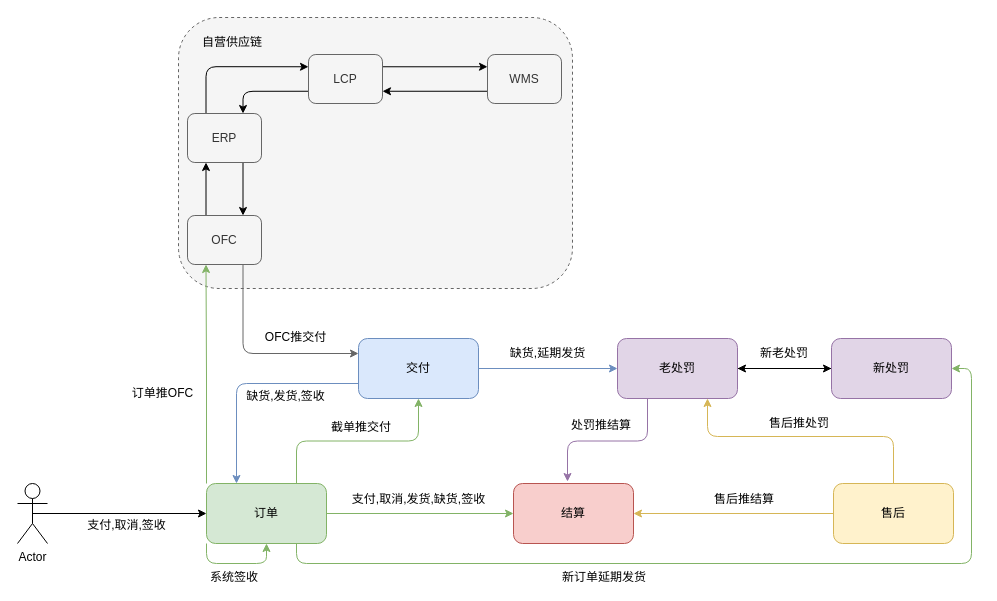
The draw.io diagram 稽核链路.drawio in mingtian110/pc_home, before the edit. Source tidied: cells renumbered, new cells numbered last; positions are measured from the earlier drawing's top-left corner, leaving out a move shared by most shapes. Both pictures are drawn from the tidied source at 100%, with x=0, y=0 at pixel (17, 17).
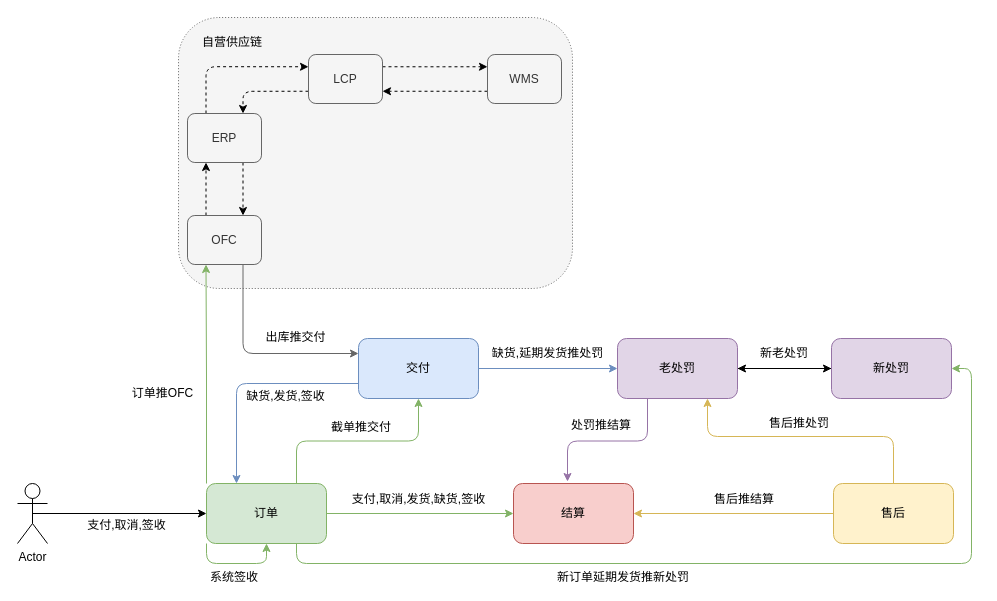
After the change.

Commit message:
更新稽核链路.drawio

Unchanged cells that the change refers to:
```xml
<mxCell id="31" value="OFC" style="whiteSpace=wrap;html=1;fillColor=#f5f5f5;strokeColor=#666666;fontColor=#333333;rounded=1;" parent="1" vertex="1">
  <mxGeometry x="170" y="198" width="74" height="49" as="geometry" />
</mxCell>
<mxCell id="34" value="ERP" style="whiteSpace=wrap;html=1;fillColor=#f5f5f5;strokeColor=#666666;fontColor=#333333;rounded=1;" parent="1" vertex="1">
  <mxGeometry x="170" y="96" width="74" height="49" as="geometry" />
</mxCell>
<mxCell id="37" value="LCP" style="whiteSpace=wrap;html=1;fillColor=#f5f5f5;strokeColor=#666666;fontColor=#333333;rounded=1;" parent="1" vertex="1">
  <mxGeometry x="291" y="37" width="74" height="49" as="geometry" />
</mxCell>
<mxCell id="39" value="WMS" style="whiteSpace=wrap;html=1;fillColor=#f5f5f5;strokeColor=#666666;fontColor=#333333;rounded=1;" parent="1" vertex="1">
  <mxGeometry x="470" y="37" width="74" height="49" as="geometry" />
</mxCell>
```

Diff of the diagram source:
```diff
@@
-    <mxCell id="2" style="whiteSpace=wrap;html=1;shadow=0;dashed=1;fillColor=#f5f5f5;strokeColor=#666666;fontColor=#333333;rounded=1;" parent="1" vertex="1">
+    <mxCell id="2" style="whiteSpace=wrap;html=1;shadow=0;dashed=1;fillColor=#f5f5f5;strokeColor=#666666;fontColor=#333333;rounded=1;dashPattern=1 2;" parent="1" vertex="1">
       <mxGeometry x="161" width="394" height="271" as="geometry" />
     </mxCell>
@@
-    <mxCell id="23" value="缺货,延期发货" style="text;html=1;strokeColor=none;fillColor=none;align=center;verticalAlign=middle;whiteSpace=wrap;rounded=1;" parent="1" vertex="1">
-      <mxGeometry x="485" y="325.5" width="91" height="20" as="geometry" />
+    <mxCell id="23" value="缺货,延期发货推处罚" style="text;html=1;strokeColor=none;fillColor=none;align=center;verticalAlign=middle;whiteSpace=wrap;rounded=1;" parent="1" vertex="1">
+      <mxGeometry x="473" y="328.5" width="115" height="15.5" as="geometry" />
     </mxCell>
@@
-    <mxCell id="30" style="edgeStyle=orthogonalEdgeStyle;jettySize=auto;html=1;exitX=0.25;exitY=0;exitDx=0;exitDy=0;entryX=0.25;entryY=1;entryDx=0;entryDy=0;strokeColor=#000000;" parent="1" edge="1" source="31" target="34">
+    <mxCell id="30" style="edgeStyle=orthogonalEdgeStyle;jettySize=auto;html=1;exitX=0.25;exitY=0;exitDx=0;exitDy=0;entryX=0.25;entryY=1;entryDx=0;entryDy=0;strokeColor=#000000;dashed=1;" parent="1" edge="1" source="31" target="34">
       <mxGeometry relative="1" as="geometry" />
     </mxCell>
@@
-    <mxCell id="32" style="edgeStyle=orthogonalEdgeStyle;jettySize=auto;html=1;exitX=0.25;exitY=0;exitDx=0;exitDy=0;entryX=0;entryY=0.25;entryDx=0;entryDy=0;" parent="1" edge="1" source="34" target="37">
+    <mxCell id="32" style="edgeStyle=orthogonalEdgeStyle;jettySize=auto;html=1;exitX=0.25;exitY=0;exitDx=0;exitDy=0;entryX=0;entryY=0.25;entryDx=0;entryDy=0;dashed=1;" parent="1" edge="1" source="34" target="37">
       <mxGeometry relative="1" as="geometry" />
     </mxCell>
-    <mxCell id="33" style="edgeStyle=orthogonalEdgeStyle;jettySize=auto;html=1;exitX=0.75;exitY=1;exitDx=0;exitDy=0;entryX=0.75;entryY=0;entryDx=0;entryDy=0;strokeColor=#000000;" parent="1" edge="1" source="34" target="31">
+    <mxCell id="33" style="edgeStyle=orthogonalEdgeStyle;jettySize=auto;html=1;exitX=0.75;exitY=1;exitDx=0;exitDy=0;entryX=0.75;entryY=0;entryDx=0;entryDy=0;strokeColor=#000000;dashed=1;" parent="1" edge="1" source="34" target="31">
       <mxGeometry relative="1" as="geometry" />
     </mxCell>
@@
-    <mxCell id="35" style="edgeStyle=orthogonalEdgeStyle;jettySize=auto;html=1;exitX=1;exitY=0.25;exitDx=0;exitDy=0;entryX=0;entryY=0.25;entryDx=0;entryDy=0;" parent="1" edge="1" source="37" target="39">
+    <mxCell id="35" style="edgeStyle=orthogonalEdgeStyle;jettySize=auto;html=1;exitX=1;exitY=0.25;exitDx=0;exitDy=0;entryX=0;entryY=0.25;entryDx=0;entryDy=0;dashed=1;" parent="1" edge="1" source="37" target="39">
       <mxGeometry relative="1" as="geometry" />
     </mxCell>
-    <mxCell id="36" style="edgeStyle=orthogonalEdgeStyle;jettySize=auto;html=1;exitX=0;exitY=0.75;exitDx=0;exitDy=0;entryX=0.75;entryY=0;entryDx=0;entryDy=0;" parent="1" edge="1" source="37" target="34">
+    <mxCell id="36" style="edgeStyle=orthogonalEdgeStyle;jettySize=auto;html=1;exitX=0;exitY=0.75;exitDx=0;exitDy=0;entryX=0.75;entryY=0;entryDx=0;entryDy=0;dashed=1;" parent="1" edge="1" source="37" target="34">
       <mxGeometry relative="1" as="geometry" />
     </mxCell>
@@
-    <mxCell id="38" style="edgeStyle=orthogonalEdgeStyle;jettySize=auto;html=1;exitX=0;exitY=0.75;exitDx=0;exitDy=0;entryX=1;entryY=0.75;entryDx=0;entryDy=0;" parent="1" edge="1" source="39" target="37">
+    <mxCell id="38" style="edgeStyle=orthogonalEdgeStyle;jettySize=auto;html=1;exitX=0;exitY=0.75;exitDx=0;exitDy=0;entryX=1;entryY=0.75;entryDx=0;entryDy=0;dashed=1;" parent="1" edge="1" source="39" target="37">
       <mxGeometry relative="1" as="geometry" />
     </mxCell>
@@
-    <mxCell id="47" value="新订单延期发货" style="text;html=1;strokeColor=none;fillColor=none;align=center;verticalAlign=middle;whiteSpace=wrap;rounded=1;" parent="1" vertex="1">
-      <mxGeometry x="534" y="553" width="106" height="13" as="geometry" />
+    <mxCell id="47" value="新订单延期发货推新处罚" style="text;html=1;strokeColor=none;fillColor=none;align=center;verticalAlign=middle;whiteSpace=wrap;rounded=1;" parent="1" vertex="1">
+      <mxGeometry x="534" y="553" width="144" height="13" as="geometry" />
     </mxCell>
-    <mxCell id="48" value="OFC推交付" style="text;html=1;strokeColor=none;fillColor=none;align=center;verticalAlign=middle;whiteSpace=wrap;rounded=1;" parent="1" vertex="1">
+    <mxCell id="48" value="出库推交付" style="text;html=1;strokeColor=none;fillColor=none;align=center;verticalAlign=middle;whiteSpace=wrap;rounded=1;" parent="1" vertex="1">
       <mxGeometry x="232" y="314.5" width="93" height="11" as="geometry" />
     </mxCell>
```
